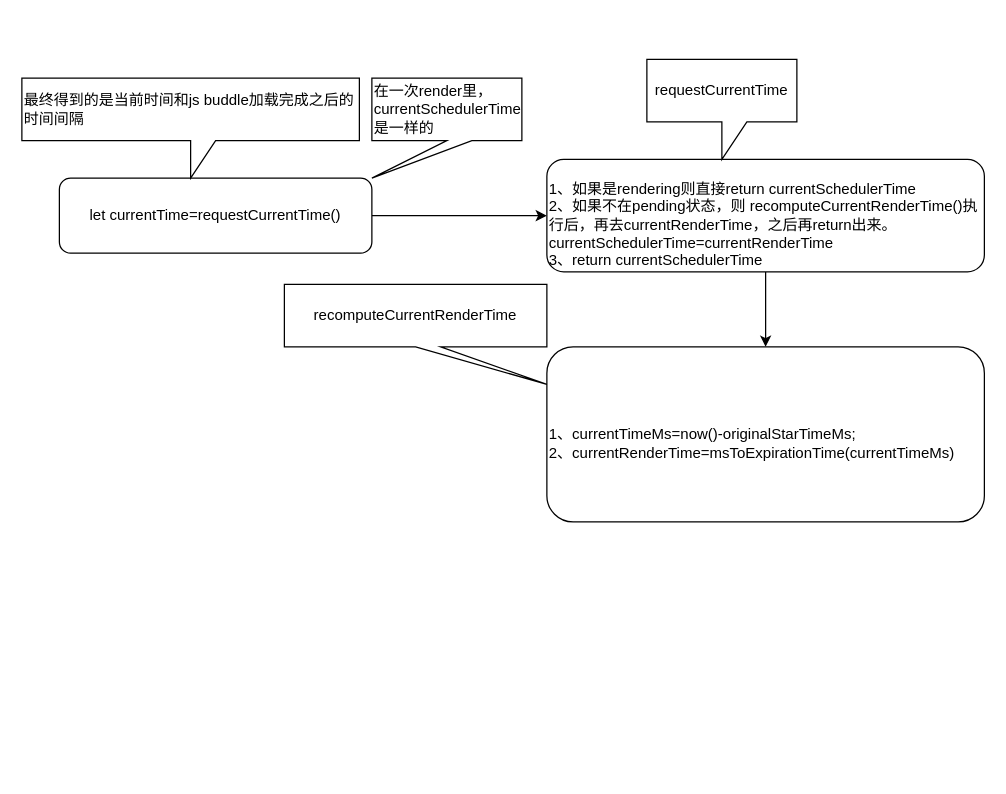
Before: expirationTime.drawio in Windseek/react-source, a draw.io diagram. Source tidied: cells renumbered, new cells numbered last; positions are measured from the earlier drawing's top-left corner, leaving out a move shared by most shapes. Both pictures are drawn from the tidied source at 125%, with x=0, y=0 at pixel (21, 59).
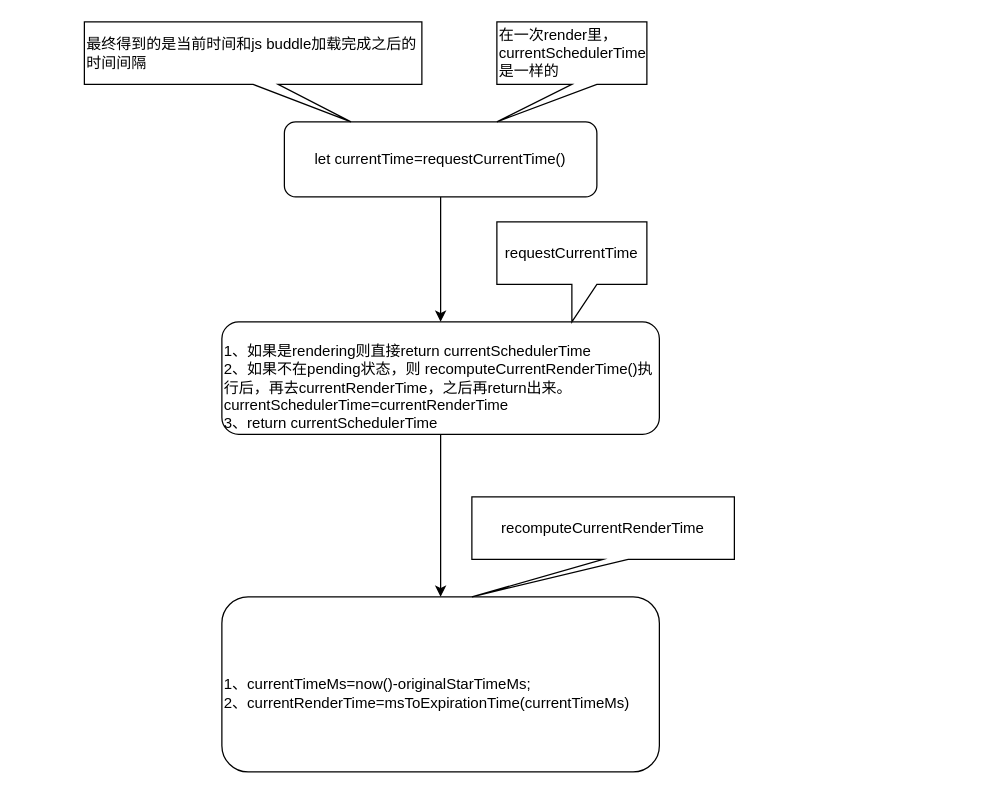
After the change.

Change to the diagram source:
```diff
@@
 <mxGraphModel>
   <root>
     <mxCell id="0" />
     <mxCell id="1" parent="0" />
     <mxCell id="2" style="edgeStyle=orthogonalEdgeStyle;rounded=0;jettySize=auto;html=1;" parent="1" edge="1" source="3" target="5">
       <mxGeometry relative="1" as="geometry" />
     </mxCell>
     <mxCell id="3" value="let currentTime=requestCurrentTime()" style="rounded=1;whiteSpace=wrap;html=1;" parent="1" vertex="1">
-      <mxGeometry x="30" y="95" width="250" height="60" as="geometry" />
+      <mxGeometry x="210" y="50" width="250" height="60" as="geometry" />
     </mxCell>
     <mxCell id="4" style="edgeStyle=orthogonalEdgeStyle;rounded=0;jettySize=auto;html=1;" parent="1" edge="1" source="5" target="6">
       <mxGeometry relative="1" as="geometry" />
     </mxCell>
     <mxCell id="5" value="&lt;br&gt;1、如果是rendering则直接return currentSchedulerTime&lt;br&gt;2、如果不在pending状态，则 recomputeCurrentRenderTime()执行后，再去currentRenderTime，之后再return出来。&lt;br&gt;currentSchedulerTime=currentRenderTime&lt;br&gt;3、return currentSchedulerTime" style="rounded=1;whiteSpace=wrap;html=1;align=left;" parent="1" vertex="1">
-      <mxGeometry x="420" y="80" width="350" height="90" as="geometry" />
+      <mxGeometry x="160" y="210" width="350" height="90" as="geometry" />
     </mxCell>
     <mxCell id="6" value="&lt;br&gt;1、currentTimeMs=now()-originalStarTimeMs;&lt;br&gt;2、currentRenderTime=msToExpirationTime(currentTimeMs)" style="rounded=1;whiteSpace=wrap;html=1;align=left;" parent="1" vertex="1">
-      <mxGeometry x="420" y="230" width="350" height="140" as="geometry" />
+      <mxGeometry x="160" y="430" width="350" height="140" as="geometry" />
     </mxCell>
     <mxCell id="7" value="&lt;span style=&quot;white-space: normal&quot;&gt;requestCurrentTime&lt;/span&gt;" style="shape=callout;whiteSpace=wrap;html=1;perimeter=calloutPerimeter;" parent="1" vertex="1">
-      <mxGeometry x="500" width="120" height="80" as="geometry" />
+      <mxGeometry x="380" y="130" width="120" height="80" as="geometry" />
     </mxCell>
-    <mxCell id="8" value="recomputeCurrentRenderTime" style="shape=callout;whiteSpace=wrap;html=1;perimeter=calloutPerimeter;position2=1;" parent="1" vertex="1">
-      <mxGeometry x="210" y="180" width="210" height="80" as="geometry" />
+    <mxCell id="8" value="recomputeCurrentRenderTime" style="shape=callout;whiteSpace=wrap;html=1;perimeter=calloutPerimeter;position2=0;" parent="1" vertex="1">
+      <mxGeometry x="360" y="350" width="210" height="80" as="geometry" />
     </mxCell>
-    <mxCell id="9" value="最终得到的是当前时间和js buddle加载完成之后的时间间隔" style="shape=callout;whiteSpace=wrap;html=1;perimeter=calloutPerimeter;align=left;" parent="1" vertex="1">
-      <mxGeometry y="15" width="270" height="80" as="geometry" />
+    <mxCell id="9" value="最终得到的是当前时间和js buddle加载完成之后的时间间隔" style="shape=callout;whiteSpace=wrap;html=1;perimeter=calloutPerimeter;align=left;position2=0.79;" parent="1" vertex="1">
+      <mxGeometry x="50" y="-30" width="270" height="80" as="geometry" />
     </mxCell>
     <mxCell id="10" value="&lt;span style=&quot;white-space: normal&quot;&gt;在一次render里，currentSchedulerTime是一样的&lt;/span&gt;" style="shape=callout;whiteSpace=wrap;html=1;perimeter=calloutPerimeter;position2=0;align=left;" parent="1" vertex="1">
-      <mxGeometry x="280" y="15" width="120" height="80" as="geometry" />
+      <mxGeometry x="380" y="-30" width="120" height="80" as="geometry" />
     </mxCell>
   </root>
 </mxGraphModel>
```
